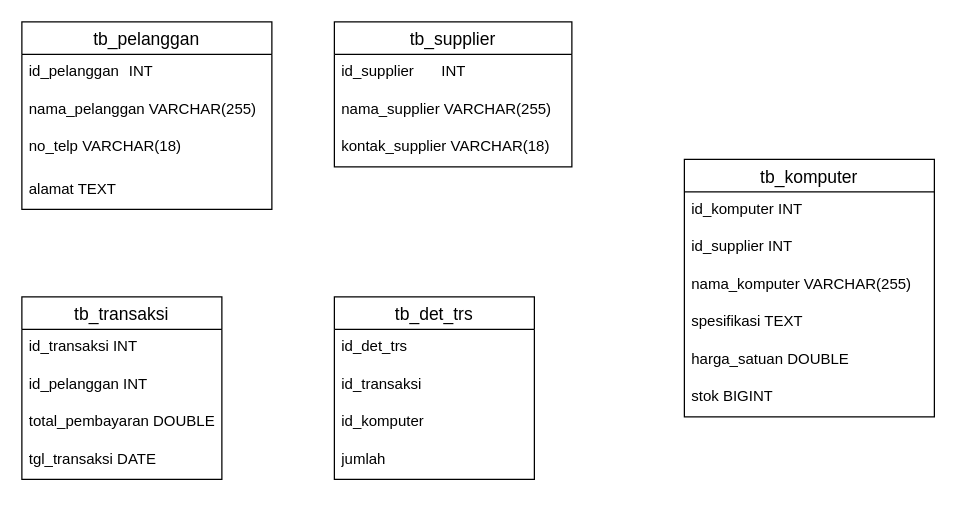
The draw.io diagram Untitled Diagram.drawio in elikawicaksana/BuildIT_BasisData, before the edit. Source tidied: cells renumbered, new cells numbered last; positions are measured from the earlier drawing's top-left corner, leaving out a move shared by most shapes. Both pictures are drawn from the tidied source at 125%, with x=0, y=0 at pixel (21, 21).
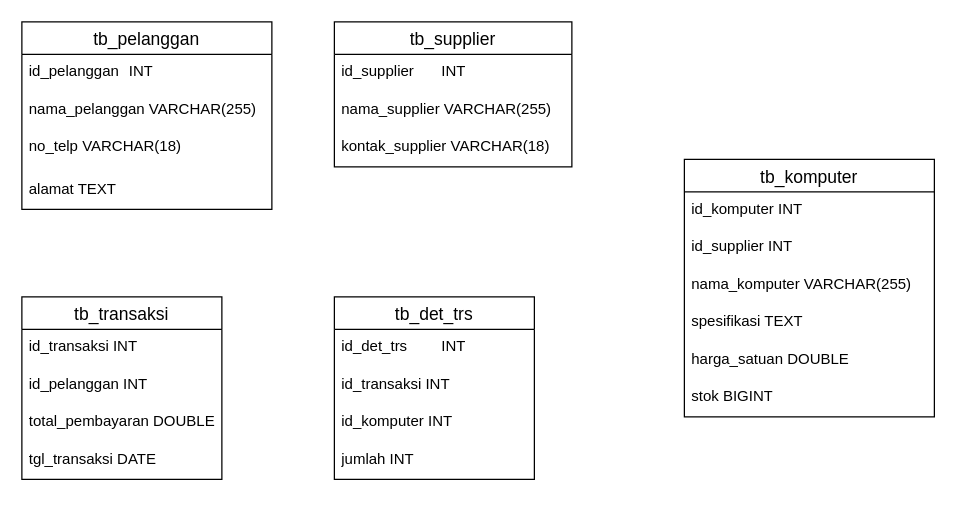
After the change.

Unchanged cells that the change refers to:
```xml
<mxCell id="16" value="tb_det_trs" style="swimlane;fontStyle=0;horizontal=1;startSize=26;align=center;fontSize=14;" parent="1" vertex="1">
  <mxGeometry x="250" y="220" width="160" height="146" as="geometry" />
</mxCell>
```

The edit, as a diff of the source:
```diff
@@
-    <mxCell id="17" value="id_det_trs" style="text;strokeColor=none;fillColor=none;spacingLeft=4;spacingRight=4;overflow=hidden;fontSize=12;whiteSpace=wrap;html=1;" parent="16" vertex="1">
+    <mxCell id="17" value="id_det_trs&amp;nbsp;&lt;span style=&quot;white-space: pre;&quot;&gt;&#9;&lt;/span&gt;INT" style="text;strokeColor=none;fillColor=none;spacingLeft=4;spacingRight=4;overflow=hidden;fontSize=12;whiteSpace=wrap;html=1;" parent="16" vertex="1">
       <mxGeometry y="26" width="160" height="30" as="geometry" />
     </mxCell>
-    <mxCell id="18" value="id_transaksi" style="text;strokeColor=none;fillColor=none;spacingLeft=4;spacingRight=4;overflow=hidden;fontSize=12;whiteSpace=wrap;html=1;" parent="16" vertex="1">
+    <mxCell id="18" value="id_transaksi INT" style="text;strokeColor=none;fillColor=none;spacingLeft=4;spacingRight=4;overflow=hidden;fontSize=12;whiteSpace=wrap;html=1;" parent="16" vertex="1">
       <mxGeometry y="56" width="160" height="30" as="geometry" />
     </mxCell>
-    <mxCell id="19" value="id_komputer" style="text;strokeColor=none;fillColor=none;spacingLeft=4;spacingRight=4;overflow=hidden;fontSize=12;whiteSpace=wrap;html=1;" parent="16" vertex="1">
+    <mxCell id="19" value="id_komputer INT" style="text;strokeColor=none;fillColor=none;spacingLeft=4;spacingRight=4;overflow=hidden;fontSize=12;whiteSpace=wrap;html=1;" parent="16" vertex="1">
       <mxGeometry y="86" width="160" height="30" as="geometry" />
     </mxCell>
-    <mxCell id="20" value="jumlah" style="text;strokeColor=none;fillColor=none;spacingLeft=4;spacingRight=4;overflow=hidden;fontSize=12;whiteSpace=wrap;html=1;" parent="16" vertex="1">
+    <mxCell id="20" value="jumlah INT" style="text;strokeColor=none;fillColor=none;spacingLeft=4;spacingRight=4;overflow=hidden;fontSize=12;whiteSpace=wrap;html=1;" parent="16" vertex="1">
       <mxGeometry y="116" width="160" height="30" as="geometry" />
     </mxCell>
```
